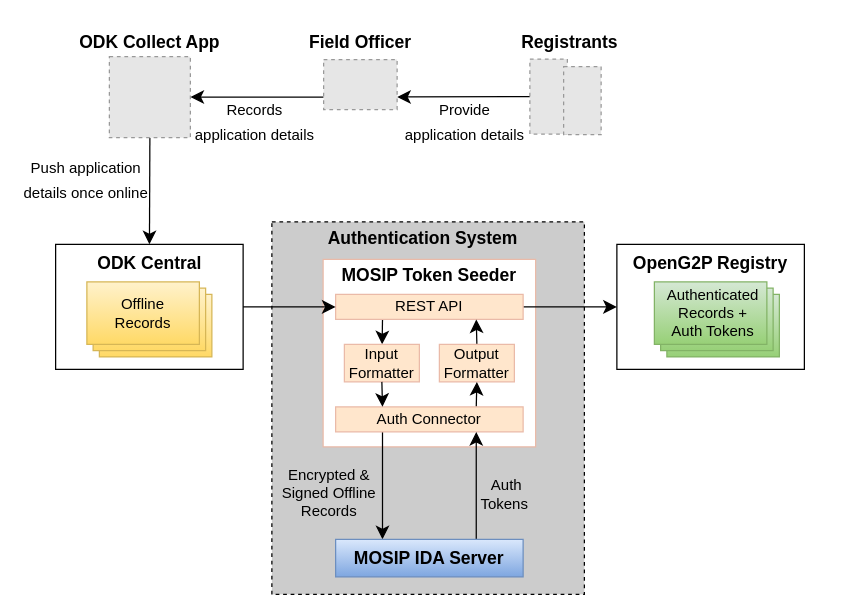
Above: .gitbook/assets/offline-registration-process.drawio in OpenG2P/openg2p-documentation (draw.io), before the change. Source tidied: cells renumbered, new cells numbered last; positions are measured from the earlier drawing's top-left corner, leaving out a move shared by most shapes. Both pictures are drawn from the tidied source at 125%, with x=0, y=0 at pixel (21, 21). Pictures stored in the file or linked from it are replaced by grey dashed boxes.
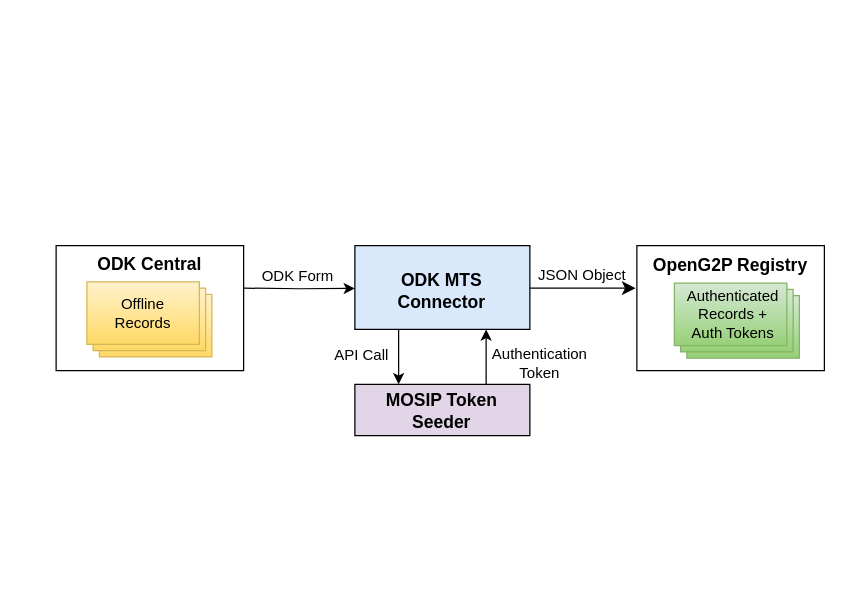
The same page after the edit.

What changed in the source:
```diff
@@
-    <mxCell id="2" style="rounded=0;whiteSpace=wrap;html=1;fontSize=16;dashed=1;fillColor=#CCCCCC;gradientColor=none;strokeColor=#000000;" parent="1" vertex="1">
-      <mxGeometry x="200" y="160" width="250" height="298" as="geometry" />
-    </mxCell>
+    <mxCell id="43" style="edgeStyle=orthogonalEdgeStyle;rounded=0;jettySize=auto;html=1;exitX=0.25;exitY=1;exitDx=0;exitDy=0;entryX=0.25;entryY=0;entryDx=0;entryDy=0;" parent="1" edge="1" source="44" target="19">
+      <mxGeometry relative="1" as="geometry" />
+    </mxCell>
+    <mxCell id="44" style="rounded=0;whiteSpace=wrap;html=1;fillColor=#dae8fc;strokeColor=#000000;" parent="1" vertex="1">
+      <mxGeometry x="266.4" y="179" width="140" height="67" as="geometry" />
+    </mxCell>
     <mxCell id="3" style="rounded=0;whiteSpace=wrap;html=1;fontSize=16;" parent="1" vertex="1">
-      <mxGeometry x="476" y="178" width="150" height="100" as="geometry" />
+      <mxGeometry x="492" y="179" width="150" height="100" as="geometry" />
     </mxCell>
+    <mxCell id="45" style="edgeStyle=orthogonalEdgeStyle;rounded=0;orthogonalLoop=1;jettySize=auto;html=1;exitX=1;exitY=0.5;exitDx=0;exitDy=0;entryX=0;entryY=0.75;entryDx=0;entryDy=0;" parent="1" edge="1">
+      <mxGeometry relative="1" as="geometry">
+        <mxPoint x="177.4" y="213" as="sourcePoint" />
+        <mxPoint x="266.4" y="213.2" as="targetPoint" />
+      </mxGeometry>
+    </mxCell>
     <mxCell id="4" style="rounded=0;whiteSpace=wrap;html=1;fontSize=16;" parent="1" vertex="1">
-      <mxGeometry x="27" y="178" width="150" height="100" as="geometry" />
+      <mxGeometry x="27.4" y="179" width="150" height="100" as="geometry" />
     </mxCell>
@@
     <mxCell id="7" value="&lt;b style=&quot;font-size: 14px;&quot;&gt;ODK Central&lt;/b&gt;" style="text;html=1;strokeColor=none;fillColor=none;align=center;verticalAlign=middle;whiteSpace=wrap;rounded=0;fontSize=14;" parent="1" vertex="1">
-      <mxGeometry x="58.5" y="178" width="87" height="30" as="geometry" />
+      <mxGeometry x="58.9" y="179" width="87" height="30" as="geometry" />
     </mxCell>
-    <mxCell id="8" style="rounded=0;whiteSpace=wrap;html=1;fontSize=16;strokeColor=#EABAA8;" parent="1" vertex="1">
-      <mxGeometry x="241" y="190" width="170" height="150" as="geometry" />
-    </mxCell>
-    <mxCell id="9" value="&lt;b style=&quot;font-size: 14px;&quot;&gt;MOSIP Token Seeder&lt;/b&gt;" style="text;html=1;strokeColor=none;fillColor=none;align=center;verticalAlign=middle;whiteSpace=wrap;rounded=0;fontSize=14;" parent="1" vertex="1">
-      <mxGeometry x="241" y="188" width="170" height="30" as="geometry" />
+    <mxCell id="9" value="&lt;b style=&quot;font-size: 14px;&quot;&gt;ODK MTS &lt;br&gt;Connector&lt;/b&gt;" style="text;html=1;strokeColor=none;fillColor=none;align=center;verticalAlign=middle;whiteSpace=wrap;rounded=0;fontSize=14;" parent="1" vertex="1">
+      <mxGeometry x="291" y="200" width="90" height="30" as="geometry" />
     </mxCell>
     <mxCell id="10" value="&lt;b style=&quot;font-size: 14px;&quot;&gt;OpenG2P Registry&lt;/b&gt;" style="text;html=1;strokeColor=none;fillColor=none;align=center;verticalAlign=middle;whiteSpace=wrap;rounded=0;fontSize=14;" parent="1" vertex="1">
-      <mxGeometry x="486" y="178" width="130" height="30" as="geometry" />
+      <mxGeometry x="502" y="180" width="130" height="30" as="geometry" />
     </mxCell>
-    <mxCell id="11" style="edgeStyle=none;curved=1;rounded=0;jettySize=auto;html=1;exitX=0.25;exitY=1;exitDx=0;exitDy=0;fontSize=12;startSize=8;endSize=8;" parent="1" edge="1" source="13" target="14">
-      <mxGeometry relative="1" as="geometry" />
-    </mxCell>
-    <mxCell id="12" style="edgeStyle=none;curved=1;rounded=0;jettySize=auto;html=1;exitX=1;exitY=0.5;exitDx=0;exitDy=0;entryX=0;entryY=0.5;entryDx=0;entryDy=0;fontSize=12;startSize=8;endSize=8;" parent="1" edge="1" source="13" target="3">
-      <mxGeometry relative="1" as="geometry" />
+    <mxCell id="12" style="edgeStyle=none;curved=1;rounded=0;orthogonalLoop=1;jettySize=auto;html=1;exitX=1;exitY=0.5;exitDx=0;exitDy=0;fontSize=12;startSize=8;endSize=8;" parent="1" edge="1">
+      <mxGeometry relative="1" as="geometry">
+        <mxPoint x="406.4" y="213" as="sourcePoint" />
+        <mxPoint x="491" y="213" as="targetPoint" />
+      </mxGeometry>
     </mxCell>
-    <mxCell id="13" value="REST API" style="rounded=0;whiteSpace=wrap;html=1;fontSize=12;fillColor=#ffe6cc;strokeColor=#EABAA8;" parent="1" vertex="1">
-      <mxGeometry x="251" y="218" width="150" height="20" as="geometry" />
-    </mxCell>
-    <mxCell id="14" value="Input Formatter" style="rounded=0;whiteSpace=wrap;html=1;fontSize=12;fillColor=#ffe6cc;strokeColor=#EABAA8;" parent="1" vertex="1">
-      <mxGeometry x="258" y="258" width="60" height="30" as="geometry" />
-    </mxCell>
-    <mxCell id="15" style="edgeStyle=none;curved=1;rounded=0;jettySize=auto;html=1;exitX=0.5;exitY=0;exitDx=0;exitDy=0;entryX=0.75;entryY=1;entryDx=0;entryDy=0;fontSize=12;startSize=8;endSize=8;" parent="1" edge="1" source="16" target="13">
-      <mxGeometry relative="1" as="geometry" />
-    </mxCell>
-    <mxCell id="16" value="Output Formatter" style="rounded=0;whiteSpace=wrap;html=1;fontSize=12;fillColor=#ffe6cc;strokeColor=#EABAA8;" parent="1" vertex="1">
-      <mxGeometry x="334" y="258" width="60" height="30" as="geometry" />
-    </mxCell>
-    <mxCell id="17" style="edgeStyle=none;curved=1;rounded=0;jettySize=auto;html=1;exitX=0.75;exitY=0;exitDx=0;exitDy=0;entryX=0.5;entryY=1;entryDx=0;entryDy=0;fontSize=12;startSize=8;endSize=8;" parent="1" edge="1" source="19" target="16">
-      <mxGeometry relative="1" as="geometry" />
-    </mxCell>
-    <mxCell id="18" style="edgeStyle=none;curved=1;rounded=0;jettySize=auto;html=1;exitX=0.25;exitY=1;exitDx=0;exitDy=0;entryX=0.25;entryY=0;entryDx=0;entryDy=0;fontSize=12;startSize=8;endSize=8;" parent="1" edge="1" source="19" target="28">
-      <mxGeometry relative="1" as="geometry" />
-    </mxCell>
+    <mxCell id="46" style="edgeStyle=orthogonalEdgeStyle;rounded=0;jettySize=auto;html=1;exitX=0.75;exitY=0;exitDx=0;exitDy=0;entryX=0.75;entryY=1;entryDx=0;entryDy=0;" parent="1" edge="1" source="19" target="44">
+      <mxGeometry relative="1" as="geometry" />
+    </mxCell>
-    <mxCell id="19" value="Auth Connector" style="rounded=0;whiteSpace=wrap;html=1;fontSize=12;fillColor=#ffe6cc;strokeColor=#EABAA8;" parent="1" vertex="1">
-      <mxGeometry x="251" y="308" width="150" height="20" as="geometry" />
+    <mxCell id="19" value="MOSIP Token Seeder" style="rounded=0;whiteSpace=wrap;html=1;fontSize=14;fillColor=#e1d5e7;fontStyle=1;strokeColor=#000000;" parent="1" vertex="1">
+      <mxGeometry x="266.4" y="290" width="140" height="41" as="geometry" />
     </mxCell>
-    <mxCell id="20" style="edgeStyle=none;curved=1;rounded=0;orthogonalLoop=1;jettySize=auto;html=1;exitX=0.75;exitY=0;exitDx=0;exitDy=0;fontSize=12;startSize=8;endSize=8;" parent="1" edge="1">
-      <mxGeometry relative="1" as="geometry">
-        <mxPoint x="363.5" y="398" as="sourcePoint" />
-        <mxPoint x="363.5" y="398" as="targetPoint" />
-      </mxGeometry>
-    </mxCell>
-    <mxCell id="21" style="endArrow=classic;html=1;rounded=0;fontSize=12;startSize=8;endSize=8;curved=1;exitX=0.5;exitY=1;exitDx=0;exitDy=0;entryX=0.25;entryY=0;entryDx=0;entryDy=0;" parent="1" edge="1" source="14" target="19">
-      <mxGeometry relative="1" as="geometry" />
-    </mxCell>
-    <mxCell id="22" value="Encrypted &amp;amp; Signed Offline Records" style="text;html=1;strokeColor=none;fillColor=none;align=center;verticalAlign=middle;whiteSpace=wrap;rounded=0;fontSize=12;" parent="1" vertex="1">
-      <mxGeometry x="206" y="357" width="80" height="40" as="geometry" />
-    </mxCell>
-    <mxCell id="23" value="Auth Tokens&amp;nbsp;" style="text;html=1;strokeColor=none;fillColor=none;align=center;verticalAlign=middle;whiteSpace=wrap;rounded=0;fontSize=12;" parent="1" vertex="1">
-      <mxGeometry x="358" y="358" width="60" height="40" as="geometry" />
-    </mxCell>
-    <mxCell id="24" style="edgeStyle=none;curved=1;rounded=0;jettySize=auto;html=1;exitX=1;exitY=0.5;exitDx=0;exitDy=0;entryX=0;entryY=0.5;entryDx=0;entryDy=0;fontSize=12;startSize=8;endSize=8;" parent="1" edge="1" source="4" target="13">
-      <mxGeometry relative="1" as="geometry" />
-    </mxCell>
     <mxCell id="25" style="verticalLabelPosition=bottom;verticalAlign=top;html=1;shape=mxgraph.basic.layered_rect;dx=10;whiteSpace=wrap;fontSize=16;fillColor=#d5e8d4;gradientColor=#97d077;strokeColor=#82b366;" parent="1" vertex="1">
-      <mxGeometry x="506" y="208" width="100" height="60" as="geometry" />
+      <mxGeometry x="522" y="209" width="100" height="60" as="geometry" />
     </mxCell>
     <mxCell id="26" value="Authenticated Records + Auth Tokens" style="text;html=1;strokeColor=none;fillColor=none;align=center;verticalAlign=middle;whiteSpace=wrap;rounded=0;fontSize=12;" parent="1" vertex="1">
-      <mxGeometry x="528" y="215.5" width="50" height="35" as="geometry" />
+      <mxGeometry x="544" y="216.5" width="50" height="35" as="geometry" />
     </mxCell>
-    <mxCell id="27" style="edgeStyle=none;curved=1;rounded=0;jettySize=auto;html=1;exitX=0.75;exitY=0;exitDx=0;exitDy=0;entryX=0.75;entryY=1;entryDx=0;entryDy=0;fontSize=12;startSize=8;endSize=8;" parent="1" edge="1" source="28" target="19">
-      <mxGeometry relative="1" as="geometry" />
-    </mxCell>
-    <mxCell id="28" value="MOSIP IDA Server" style="rounded=0;whiteSpace=wrap;html=1;fontSize=14;fontStyle=1;fillColor=#dae8fc;strokeColor=#6c8ebf;gradientColor=#7ea6e0;" parent="1" vertex="1">
-      <mxGeometry x="251" y="414" width="150" height="30" as="geometry" />
-    </mxCell>
-    <mxCell id="29" value="&lt;b style=&quot;font-size: 14px;&quot;&gt;Authentication System&lt;/b&gt;" style="text;html=1;strokeColor=none;fillColor=none;align=center;verticalAlign=middle;whiteSpace=wrap;rounded=0;fontSize=14;" parent="1" vertex="1">
-      <mxGeometry x="236" y="158" width="170" height="30" as="geometry" />
-    </mxCell>
-    <mxCell id="30" style="edgeStyle=none;curved=1;rounded=0;jettySize=auto;html=1;exitX=0;exitY=0.5;exitDx=0;exitDy=0;entryX=1;entryY=0.75;entryDx=0;entryDy=0;fontSize=12;startSize=8;endSize=8;" parent="1" edge="1" source="31" target="34">
-      <mxGeometry relative="1" as="geometry" />
-    </mxCell>
-    <mxCell id="31" style="fillColor=#E6E6E6;strokeColor=#999999;dashed=1;verticalLabelPosition=bottom;labelBackgroundColor=default;verticalAlign=top;fontSize=16;" parent="1" vertex="1">
-      <mxGeometry x="406.4" y="29.7" width="30" height="60" as="geometry" />
-    </mxCell>
-    <mxCell id="32" style="fillColor=#E6E6E6;strokeColor=#999999;dashed=1;verticalLabelPosition=bottom;labelBackgroundColor=default;verticalAlign=top;fontSize=16;" parent="1" vertex="1">
-      <mxGeometry x="433.4" y="35.7" width="30" height="54.5" as="geometry" />
-    </mxCell>
-    <mxCell id="33" style="edgeStyle=none;curved=1;rounded=0;jettySize=auto;html=1;exitX=0;exitY=0.75;exitDx=0;exitDy=0;fontSize=12;startSize=8;endSize=8;" parent="1" edge="1" source="34" target="36">
-      <mxGeometry relative="1" as="geometry" />
-    </mxCell>
-    <mxCell id="34" style="fillColor=#E6E6E6;strokeColor=#999999;dashed=1;verticalLabelPosition=bottom;labelBackgroundColor=default;verticalAlign=top;" parent="1" vertex="1">
-      <mxGeometry x="241.4" y="30.1" width="58.8" height="40" as="geometry" />
-    </mxCell>
-    <mxCell id="35" style="edgeStyle=none;curved=1;rounded=0;jettySize=auto;html=1;exitX=0.5;exitY=1;exitDx=0;exitDy=0;fontSize=12;startSize=8;endSize=8;" parent="1" edge="1" source="36" target="7">
-      <mxGeometry relative="1" as="geometry" />
-    </mxCell>
-    <mxCell id="36" style="fillColor=#E6E6E6;strokeColor=#999999;dashed=1;verticalLabelPosition=bottom;labelBackgroundColor=default;verticalAlign=top;" parent="1" vertex="1">
-      <mxGeometry x="70" y="27.8" width="64.8" height="64.8" as="geometry" />
-    </mxCell>
-    <mxCell id="37" value="&lt;font style=&quot;font-size: 12px;&quot;&gt;Provide application details&lt;/font&gt;" style="text;html=1;strokeColor=none;fillColor=none;align=center;verticalAlign=middle;whiteSpace=wrap;rounded=0;fontSize=16;" parent="1" vertex="1">
-      <mxGeometry x="303" y="64.3" width="103" height="30" as="geometry" />
-    </mxCell>
-    <mxCell id="38" value="&lt;font style=&quot;font-size: 12px;&quot;&gt;Records application details&lt;/font&gt;" style="text;html=1;strokeColor=none;fillColor=none;align=center;verticalAlign=middle;whiteSpace=wrap;rounded=0;fontSize=16;" parent="1" vertex="1">
-      <mxGeometry x="134.8" y="64.3" width="103" height="30" as="geometry" />
-    </mxCell>
-    <mxCell id="39" value="&lt;b&gt;&lt;font style=&quot;font-size: 14px;&quot;&gt;Registrants&lt;/font&gt;&lt;/b&gt;" style="text;html=1;strokeColor=none;fillColor=none;align=center;verticalAlign=middle;whiteSpace=wrap;rounded=0;fontSize=16;" parent="1" vertex="1">
-      <mxGeometry x="406.4" y="0.1" width="65.4" height="30" as="geometry" />
-    </mxCell>
-    <mxCell id="40" value="&lt;span style=&quot;font-size: 14px;&quot;&gt;&lt;b&gt;Field Officer&lt;/b&gt;&lt;/span&gt;" style="text;html=1;strokeColor=none;fillColor=none;align=center;verticalAlign=middle;whiteSpace=wrap;rounded=0;fontSize=16;" parent="1" vertex="1">
-      <mxGeometry x="220.8" y="-0.2" width="100" height="30" as="geometry" />
-    </mxCell>
-    <mxCell id="41" value="&lt;span style=&quot;font-size: 14px;&quot;&gt;&lt;b&gt;ODK Collect App&lt;/b&gt;&lt;/span&gt;" style="text;html=1;strokeColor=none;fillColor=none;align=center;verticalAlign=middle;whiteSpace=wrap;rounded=0;fontSize=16;" parent="1" vertex="1">
-      <mxGeometry x="45.1" y="0.1" width="114.5" height="30" as="geometry" />
-    </mxCell>
-    <mxCell id="42" value="&lt;font style=&quot;font-size: 12px;&quot;&gt;Push application details once online&lt;/font&gt;" style="text;html=1;strokeColor=none;fillColor=none;align=center;verticalAlign=middle;whiteSpace=wrap;rounded=0;fontSize=16;" parent="1" vertex="1">
-      <mxGeometry y="110" width="103" height="30" as="geometry" />
-    </mxCell>
+    <mxCell id="47" value="ODK Form" style="text;html=1;strokeColor=none;fillColor=none;align=center;verticalAlign=middle;whiteSpace=wrap;rounded=0;" parent="1" vertex="1">
+      <mxGeometry x="191" y="189" width="60" height="30" as="geometry" />
+    </mxCell>
+    <mxCell id="48" value="JSON Object" style="text;html=1;strokeColor=none;fillColor=none;align=center;verticalAlign=middle;whiteSpace=wrap;rounded=0;" parent="1" vertex="1">
+      <mxGeometry x="412" y="188" width="72.6" height="30" as="geometry" />
+    </mxCell>
+    <mxCell id="49" value="API Call" style="text;html=1;strokeColor=none;fillColor=none;align=center;verticalAlign=middle;whiteSpace=wrap;rounded=0;" parent="1" vertex="1">
+      <mxGeometry x="242" y="251.5" width="60" height="30" as="geometry" />
+    </mxCell>
+    <mxCell id="50" value="Authentication Token" style="text;html=1;strokeColor=none;fillColor=none;align=center;verticalAlign=middle;whiteSpace=wrap;rounded=0;" parent="1" vertex="1">
+      <mxGeometry x="372" y="258" width="85" height="30" as="geometry" />
+    </mxCell>
```
